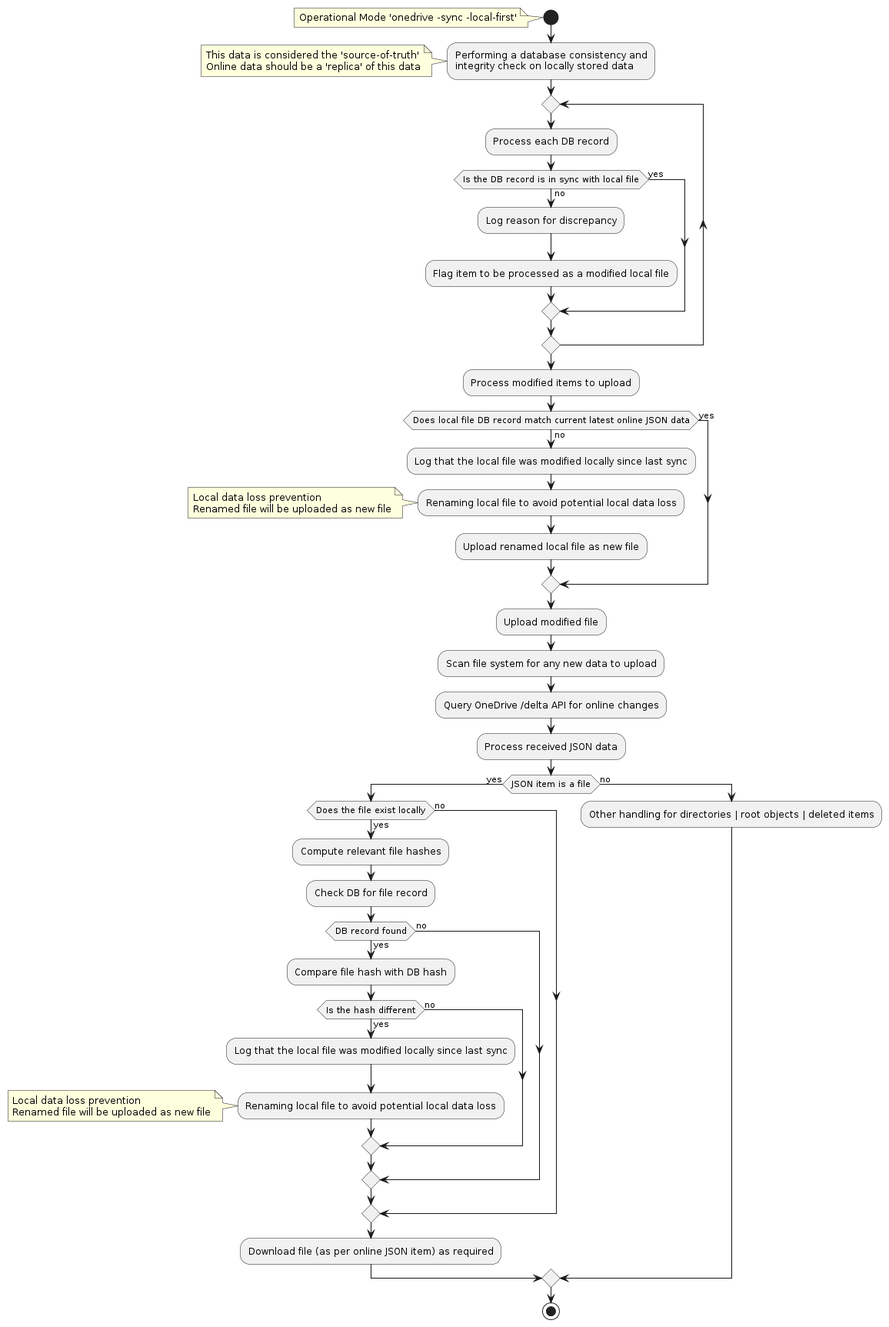
Above: docs/puml/conflict_handling_local-first_default.png in abraunegg/onedrive (PlantUML), before the change.
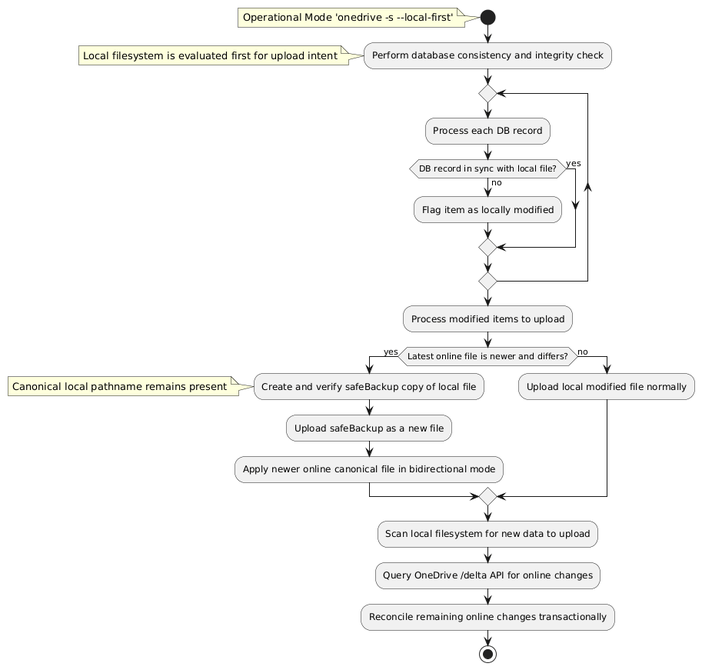
Later version of the same file.

The edit, as a diff of the source:
```diff
@@ -1,62 +1,28 @@
 @startuml
 start
-note left: Operational Mode 'onedrive -sync -local-first'
-:Performing a database consistency and\nintegrity check on locally stored data;
-note left: This data is considered the 'source-of-truth'\nOnline data should be a 'replica' of this data
+note left: Operational Mode 'onedrive -s --local-first'
+:Perform database consistency and integrity check;
+note left: Local filesystem is evaluated first for upload intent
 repeat
   :Process each DB record;
-  if (Is the DB record is in sync with local file) then (yes)
-
+  if (DB record in sync with local file?) then (yes)
   else (no)
-
-    :Log reason for discrepancy;
-    :Flag item to be processed as a modified local file;
-
+    :Flag item as locally modified;
   endif
 repeat while
 
 :Process modified items to upload;
-
-if (Does local file DB record match current latest online JSON data) then (yes)
-
+if (Latest online file is newer and differs?) then (yes)
+  :Create and verify safeBackup copy of local file;
+  note left: Canonical local pathname remains present
+  :Upload safeBackup as a new file;
+  :Apply newer online canonical file in bidirectional mode;
 else (no)
-
-  :Log that the local file was modified locally since last sync;
-  :Renaming local file to avoid potential local data loss;
-  note left: Local data loss prevention\nRenamed file will be uploaded as new file
-  :Upload renamed local file as new file;
-
+  :Upload local modified file normally;
 endif
 
-:Upload modified file;
-
-:Scan file system for any new data to upload;
-
+:Scan local filesystem for new data to upload;
 :Query OneDrive /delta API for online changes;
-
-:Process received JSON data;
-if (JSON item is a file) then (yes)
-  if (Does the file exist locally) then (yes)
-    :Compute relevant file hashes;
-    :Check DB for file record;
-    if (DB record found) then (yes)
-      :Compare file hash with DB hash;
-      if (Is the hash different) then (yes)
-        :Log that the local file was modified locally since last sync;
-        :Renaming local file to avoid potential local data loss;
-        note left: Local data loss prevention\nRenamed file will be uploaded as new file
-      else (no)
-      endif
-    else (no)
-
-    endif
-  else (no)
-  endif
-
-  :Download file (as per online JSON item) as required;
-
-else (no)
-  :Other handling for directories | root objects | deleted items;
-endif
+:Reconcile remaining online changes transactionally;
 stop
 @enduml
```
